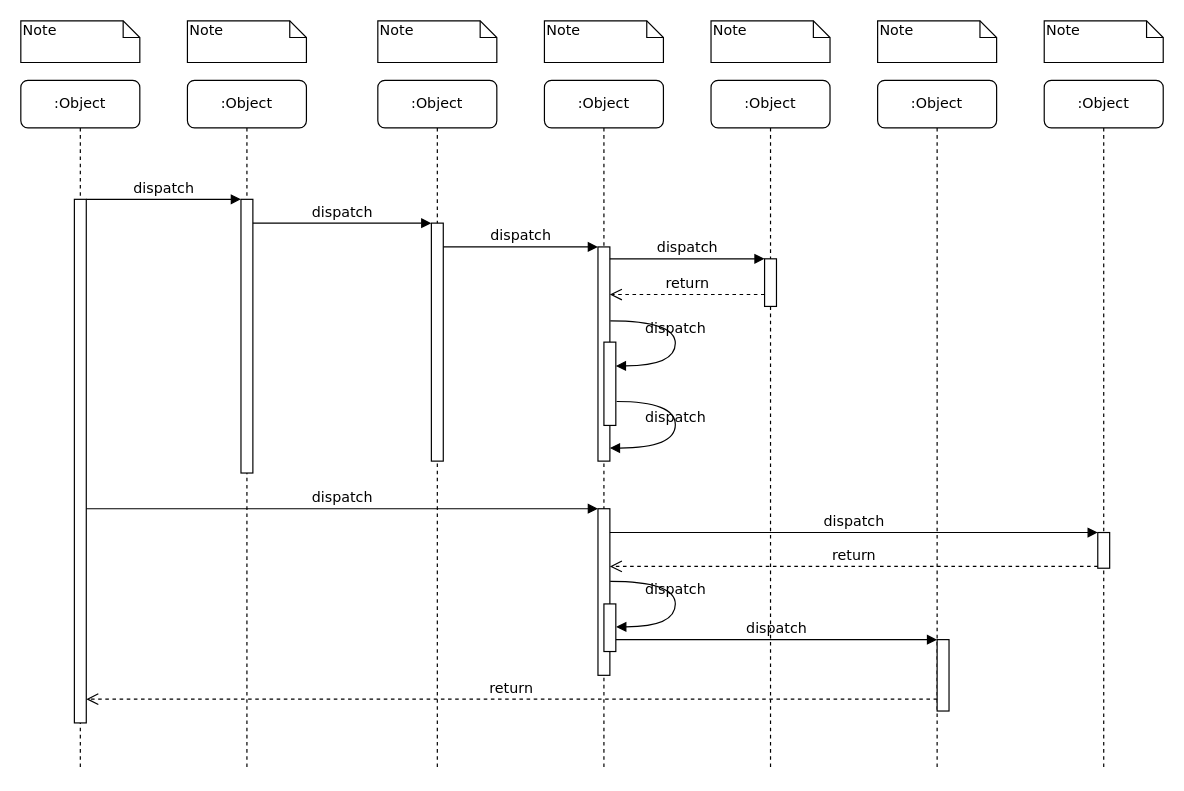
Luppass/Hack_cheatsheet keeps this draw.io diagram as Untitled Diagram.drawio. Above is the earlier version. Source tidied: cells renumbered, new cells numbered last; positions are measured from the earlier drawing's top-left corner, leaving out a move shared by most shapes. Both pictures are drawn from the tidied source at 119%, with x=0, y=0 at pixel (20, 20).
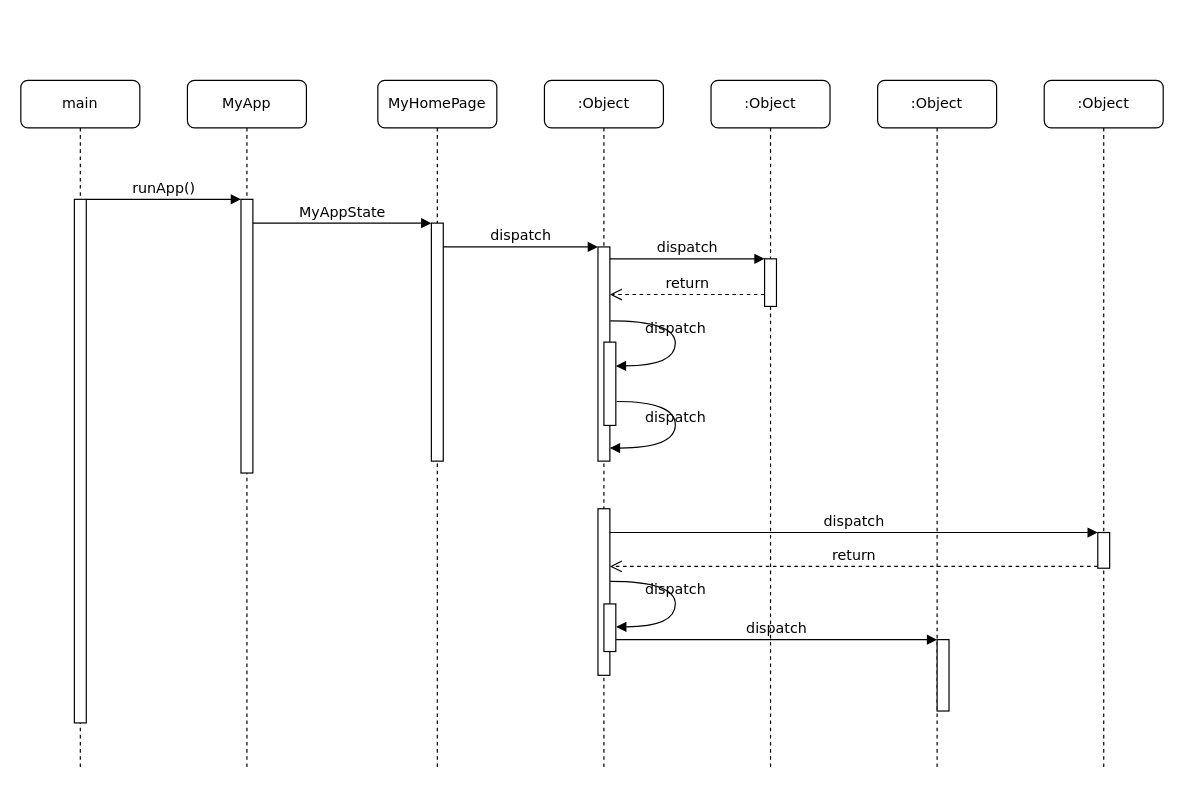
The same page after the edit.

Unchanged cells that the change refers to:
```xml
<mxCell id="3" style="html=1;points=[];perimeter=orthogonalPerimeter;rounded=0;shadow=0;comic=0;labelBackgroundColor=none;strokeWidth=1;fontFamily=Verdana;fontSize=12;align=center;" parent="2" vertex="1">
  <mxGeometry x="45" y="100" width="10" height="230" as="geometry" />
</mxCell>
<mxCell id="5" style="html=1;points=[];perimeter=orthogonalPerimeter;rounded=0;shadow=0;comic=0;labelBackgroundColor=none;strokeWidth=1;fontFamily=Verdana;fontSize=12;align=center;" parent="4" vertex="1">
  <mxGeometry x="45" y="120" width="10" height="200" as="geometry" />
</mxCell>
<mxCell id="11" style="html=1;points=[];perimeter=orthogonalPerimeter;rounded=0;shadow=0;comic=0;labelBackgroundColor=none;strokeWidth=1;fontFamily=Verdana;fontSize=12;align=center;" parent="10" vertex="1">
  <mxGeometry x="45" y="100" width="10" height="440" as="geometry" />
</mxCell>
<mxCell id="17" style="html=1;points=[];perimeter=orthogonalPerimeter;rounded=0;shadow=0;comic=0;labelBackgroundColor=none;strokeWidth=1;fontFamily=Verdana;fontSize=12;align=center;" parent="1" vertex="1">
  <mxGeometry x="485" y="410" width="10" height="140" as="geometry" />
</mxCell>
<mxCell id="22" style="html=1;points=[];perimeter=orthogonalPerimeter;rounded=0;shadow=0;comic=0;labelBackgroundColor=none;strokeWidth=1;fontFamily=Verdana;fontSize=12;align=center;" parent="1" vertex="1">
  <mxGeometry x="770" y="520" width="10" height="60" as="geometry" />
</mxCell>
```

Diff of the diagram source:
```diff
@@
-    <mxCell id="2" value=":Object" style="shape=umlLifeline;perimeter=lifelinePerimeter;whiteSpace=wrap;html=1;rounded=1;shadow=0;comic=0;labelBackgroundColor=none;strokeWidth=1;fontFamily=Verdana;fontSize=12;align=center;" parent="1" vertex="1">
+    <mxCell id="2" value="MyApp" style="shape=umlLifeline;perimeter=lifelinePerimeter;whiteSpace=wrap;html=1;rounded=1;shadow=0;comic=0;labelBackgroundColor=none;strokeWidth=1;fontFamily=Verdana;fontSize=12;align=center;" parent="1" vertex="1">
       <mxGeometry x="140" y="50" width="100" height="580" as="geometry" />
     </mxCell>
@@
-    <mxCell id="4" value=":Object" style="shape=umlLifeline;perimeter=lifelinePerimeter;whiteSpace=wrap;html=1;rounded=1;shadow=0;comic=0;labelBackgroundColor=none;strokeWidth=1;fontFamily=Verdana;fontSize=12;align=center;" parent="1" vertex="1">
+    <mxCell id="4" value="MyHomePage" style="shape=umlLifeline;perimeter=lifelinePerimeter;whiteSpace=wrap;html=1;rounded=1;shadow=0;comic=0;labelBackgroundColor=none;strokeWidth=1;fontFamily=Verdana;fontSize=12;align=center;" parent="1" vertex="1">
       <mxGeometry x="300" y="50" width="100" height="580" as="geometry" />
     </mxCell>
@@
-    <mxCell id="10" value=":Object" style="shape=umlLifeline;perimeter=lifelinePerimeter;whiteSpace=wrap;html=1;rounded=1;shadow=0;comic=0;labelBackgroundColor=none;strokeWidth=1;fontFamily=Verdana;fontSize=12;align=center;" parent="1" vertex="1">
+    <mxCell id="10" value="main" style="shape=umlLifeline;perimeter=lifelinePerimeter;whiteSpace=wrap;html=1;rounded=1;shadow=0;comic=0;labelBackgroundColor=none;strokeWidth=1;fontFamily=Verdana;fontSize=12;align=center;" parent="1" vertex="1">
       <mxGeometry y="50" width="100" height="580" as="geometry" />
     </mxCell>
@@
-    <mxCell id="18" value="dispatch" style="html=1;verticalAlign=bottom;endArrow=block;entryX=0;entryY=0;labelBackgroundColor=none;fontFamily=Verdana;fontSize=12;" parent="1" edge="1" source="11" target="17">
-      <mxGeometry relative="1" as="geometry" />
-    </mxCell>
@@
-    <mxCell id="24" value="return" style="html=1;verticalAlign=bottom;endArrow=open;dashed=1;endSize=8;labelBackgroundColor=none;fontFamily=Verdana;fontSize=12;edgeStyle=elbowEdgeStyle;elbow=vertical;" parent="1" edge="1" source="22" target="11">
-      <mxGeometry relative="1" as="geometry">
-        <Array as="points">
-          <mxPoint x="470" y="570" />
-        </Array>
-      </mxGeometry>
-    </mxCell>
-    <mxCell id="25" value="dispatch" style="html=1;verticalAlign=bottom;endArrow=block;entryX=0;entryY=0;labelBackgroundColor=none;fontFamily=Verdana;fontSize=12;edgeStyle=elbowEdgeStyle;elbow=vertical;" parent="1" edge="1" source="11" target="3">
+    <mxCell id="25" value="runApp()" style="html=1;verticalAlign=bottom;endArrow=block;entryX=0;entryY=0;labelBackgroundColor=none;fontFamily=Verdana;fontSize=12;edgeStyle=elbowEdgeStyle;elbow=vertical;" parent="1" edge="1" source="11" target="3">
       <mxGeometry relative="1" as="geometry" />
     </mxCell>
-    <mxCell id="26" value="dispatch" style="html=1;verticalAlign=bottom;endArrow=block;entryX=0;entryY=0;labelBackgroundColor=none;fontFamily=Verdana;fontSize=12;edgeStyle=elbowEdgeStyle;elbow=vertical;" parent="1" edge="1" source="3" target="5">
+    <mxCell id="26" value="MyAppState" style="html=1;verticalAlign=bottom;endArrow=block;entryX=0;entryY=0;labelBackgroundColor=none;fontFamily=Verdana;fontSize=12;edgeStyle=elbowEdgeStyle;elbow=vertical;" parent="1" edge="1" source="3" target="5">
       <mxGeometry relative="1" as="geometry" />
     </mxCell>
@@
-    <mxCell id="32" value="Note" style="shape=note;whiteSpace=wrap;html=1;size=14;verticalAlign=top;align=left;spacingTop=-6;rounded=0;shadow=0;comic=0;labelBackgroundColor=none;strokeWidth=1;fontFamily=Verdana;fontSize=12;" parent="1" vertex="1">
-      <mxGeometry width="100" height="35" as="geometry" />
-    </mxCell>
-    <mxCell id="33" value="Note" style="shape=note;whiteSpace=wrap;html=1;size=14;verticalAlign=top;align=left;spacingTop=-6;rounded=0;shadow=0;comic=0;labelBackgroundColor=none;strokeWidth=1;fontFamily=Verdana;fontSize=12;" parent="1" vertex="1">
-      <mxGeometry x="140" width="100" height="35" as="geometry" />
-    </mxCell>
-    <mxCell id="34" value="Note" style="shape=note;whiteSpace=wrap;html=1;size=14;verticalAlign=top;align=left;spacingTop=-6;rounded=0;shadow=0;comic=0;labelBackgroundColor=none;strokeWidth=1;fontFamily=Verdana;fontSize=12;" parent="1" vertex="1">
-      <mxGeometry x="300" width="100" height="35" as="geometry" />
-    </mxCell>
-    <mxCell id="35" value="Note" style="shape=note;whiteSpace=wrap;html=1;size=14;verticalAlign=top;align=left;spacingTop=-6;rounded=0;shadow=0;comic=0;labelBackgroundColor=none;strokeWidth=1;fontFamily=Verdana;fontSize=12;" parent="1" vertex="1">
-      <mxGeometry x="440" width="100" height="35" as="geometry" />
-    </mxCell>
-    <mxCell id="36" value="Note" style="shape=note;whiteSpace=wrap;html=1;size=14;verticalAlign=top;align=left;spacingTop=-6;rounded=0;shadow=0;comic=0;labelBackgroundColor=none;strokeWidth=1;fontFamily=Verdana;fontSize=12;" parent="1" vertex="1">
-      <mxGeometry x="580" width="100" height="35" as="geometry" />
-    </mxCell>
-    <mxCell id="37" value="Note" style="shape=note;whiteSpace=wrap;html=1;size=14;verticalAlign=top;align=left;spacingTop=-6;rounded=0;shadow=0;comic=0;labelBackgroundColor=none;strokeWidth=1;fontFamily=Verdana;fontSize=12;" parent="1" vertex="1">
-      <mxGeometry x="720" width="100" height="35" as="geometry" />
-    </mxCell>
-    <mxCell id="38" value="Note" style="shape=note;whiteSpace=wrap;html=1;size=14;verticalAlign=top;align=left;spacingTop=-6;rounded=0;shadow=0;comic=0;labelBackgroundColor=none;strokeWidth=1;fontFamily=Verdana;fontSize=12;" parent="1" vertex="1">
-      <mxGeometry x="860" width="100" height="35" as="geometry" />
-    </mxCell>
```
